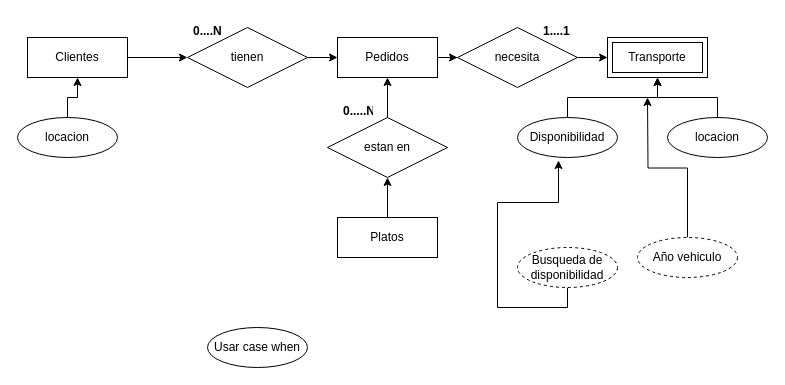
Above: conceptual_pedidos.drawio in Marcelo-Osorio/Diagrams (draw.io), before the change. Source tidied: cells renumbered, new cells numbered last; positions are measured from the earlier drawing's top-left corner, leaving out a move shared by most shapes. Both pictures are drawn from the tidied source at 100%, with x=0, y=0 at pixel (17, 17).
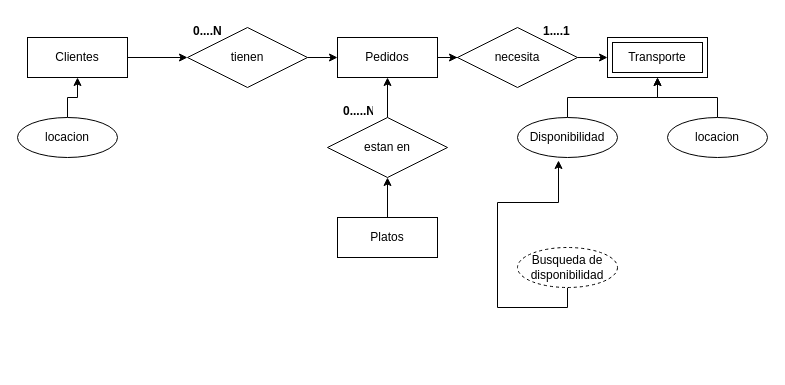
The same page after the edit.

Diff of the diagram source:
```diff
@@
-    <mxCell id="26" style="edgeStyle=orthogonalEdgeStyle;rounded=0;jettySize=auto;html=1;" parent="1" edge="1" source="27">
-      <mxGeometry relative="1" as="geometry">
-        <mxPoint x="630" y="80" as="targetPoint" />
-      </mxGeometry>
-    </mxCell>
-    <mxCell id="27" value="Año vehiculo" style="ellipse;whiteSpace=wrap;html=1;align=center;dashed=1;" parent="1" vertex="1">
-      <mxGeometry x="620" y="220" width="100" height="40" as="geometry" />
-    </mxCell>
-    <mxCell id="28" value="Usar case when" style="ellipse;whiteSpace=wrap;html=1;align=center;" parent="1" vertex="1">
-      <mxGeometry x="190" y="310" width="100" height="40" as="geometry" />
-    </mxCell>
```
